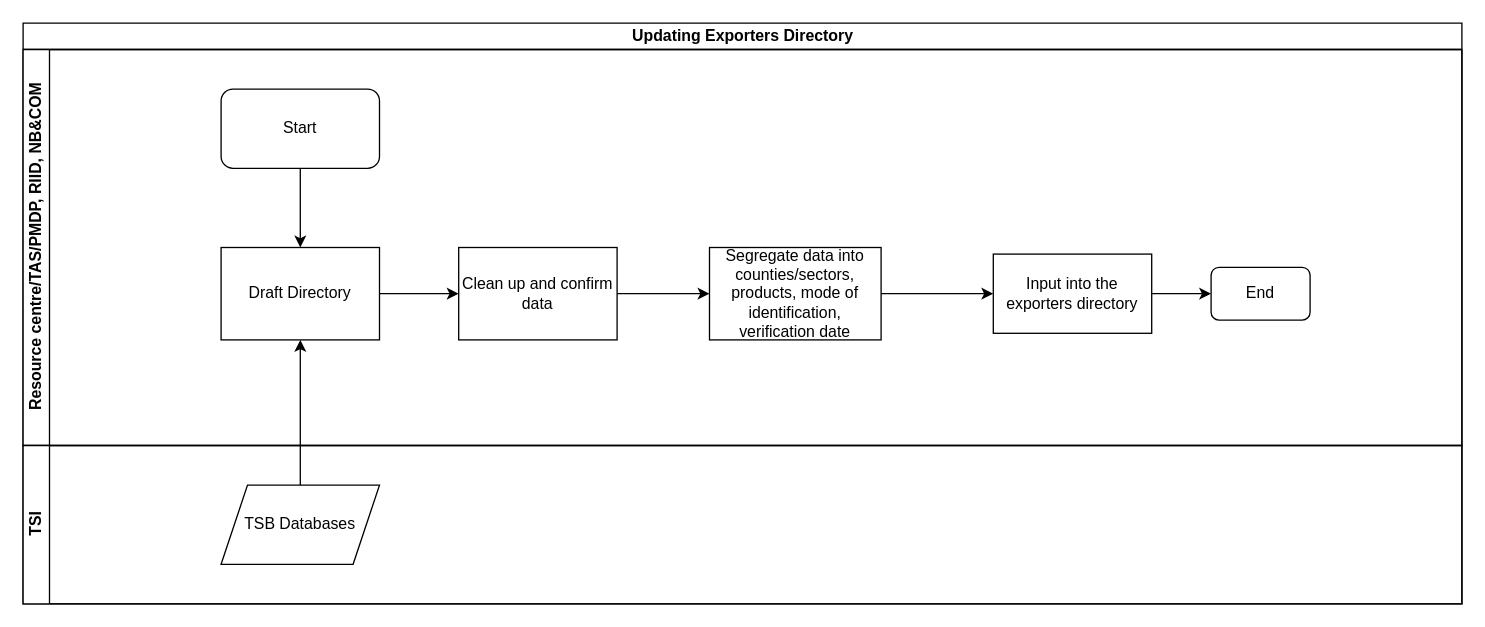
Earlier version of the draw.io diagram Updating exporters Directory.drawio (kmagua/flowcharts). Source tidied: cells renumbered, new cells numbered last; positions are measured from the earlier drawing's top-left corner, leaving out a move shared by most shapes. Both pictures are drawn from the tidied source at 132%, with x=0, y=0 at pixel (22, 22).
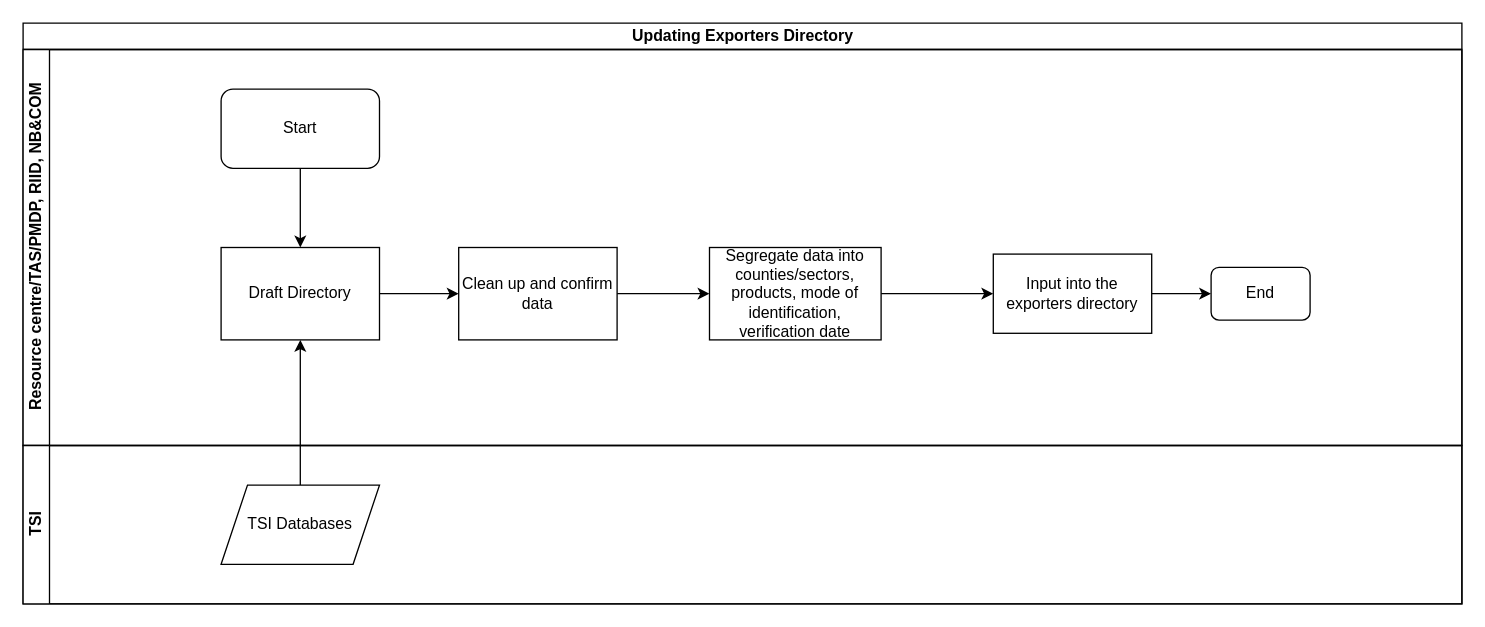
Above is the later version.

Change to the diagram source:
```diff
@@
 <mxGraphModel>
   <root>
     <mxCell id="0" />
     <mxCell id="1" parent="0" />
     <mxCell id="2" value="Updating Exporters Directory" style="swimlane;html=1;horizontal=1;startSize=20;" parent="1" vertex="1">
       <mxGeometry width="1090" height="440" as="geometry" />
     </mxCell>
     <mxCell id="3" value="Resource centre/TAS/PMDP, RIID, NB&amp;amp;COM" style="swimlane;html=1;startSize=20;horizontal=0;" parent="2" vertex="1">
       <mxGeometry y="20" width="1090" height="300" as="geometry" />
     </mxCell>
     <mxCell id="4" value="Start" style="rounded=1;whiteSpace=wrap;html=1;" parent="3" vertex="1">
       <mxGeometry x="150" y="30" width="120" height="60" as="geometry" />
     </mxCell>
     <mxCell id="5" value="End" style="rounded=1;whiteSpace=wrap;html=1;" parent="3" vertex="1">
       <mxGeometry x="900" y="165" width="75" height="40" as="geometry" />
     </mxCell>
     <mxCell id="6" value="Draft Directory" style="rounded=0;whiteSpace=wrap;html=1;" parent="3" vertex="1">
       <mxGeometry x="150" y="150" width="120" height="70" as="geometry" />
     </mxCell>
     <mxCell id="7" style="edgeStyle=orthogonalEdgeStyle;rounded=0;jettySize=auto;html=1;entryX=0.5;entryY=0;entryDx=0;entryDy=0;" parent="3" edge="1" source="4" target="6">
       <mxGeometry relative="1" as="geometry" />
     </mxCell>
     <mxCell id="8" value="TSI" style="swimlane;html=1;startSize=20;horizontal=0;" parent="2" vertex="1">
       <mxGeometry y="320" width="1090" height="120" as="geometry" />
     </mxCell>
-    <mxCell id="9" value="TSB Databases" style="shape=parallelogram;perimeter=parallelogramPerimeter;whiteSpace=wrap;html=1;fixedSize=1;" parent="8" vertex="1">
+    <mxCell id="9" value="TSI Databases" style="shape=parallelogram;perimeter=parallelogramPerimeter;whiteSpace=wrap;html=1;fixedSize=1;" parent="8" vertex="1">
       <mxGeometry x="150" y="30" width="120" height="60" as="geometry" />
     </mxCell>
     <mxCell id="10" style="endArrow=classic;html=1;entryX=0.5;entryY=1;entryDx=0;entryDy=0;" parent="2" edge="1" target="6">
       <mxGeometry relative="1" as="geometry">
         <mxPoint x="210" y="350" as="sourcePoint" />
       </mxGeometry>
     </mxCell>
     <mxCell id="11" style="edgeStyle=orthogonalEdgeStyle;rounded=0;jettySize=auto;html=1;" parent="1" edge="1" source="12" target="15">
       <mxGeometry relative="1" as="geometry" />
     </mxCell>
     <mxCell id="12" value="Clean up and confirm data" style="whiteSpace=wrap;html=1;rounded=0;" parent="1" vertex="1">
       <mxGeometry x="330" y="170" width="120" height="70" as="geometry" />
     </mxCell>
     <mxCell id="13" style="edgeStyle=orthogonalEdgeStyle;rounded=0;jettySize=auto;html=1;" parent="1" edge="1" source="6" target="12">
       <mxGeometry relative="1" as="geometry" />
     </mxCell>
     <mxCell id="14" style="edgeStyle=orthogonalEdgeStyle;rounded=0;jettySize=auto;html=1;" parent="1" edge="1" source="15" target="17">
       <mxGeometry relative="1" as="geometry" />
     </mxCell>
     <mxCell id="15" value="Segregate data into counties/sectors, products, mode of identification, verification date" style="whiteSpace=wrap;html=1;rounded=0;" parent="1" vertex="1">
       <mxGeometry x="520" y="170" width="130" height="70" as="geometry" />
     </mxCell>
     <mxCell id="16" style="edgeStyle=orthogonalEdgeStyle;rounded=0;jettySize=auto;html=1;" parent="1" edge="1" source="17">
       <mxGeometry relative="1" as="geometry">
         <mxPoint x="900" y="205" as="targetPoint" />
       </mxGeometry>
     </mxCell>
     <mxCell id="17" value="Input into the exporters directory" style="whiteSpace=wrap;html=1;rounded=0;" parent="1" vertex="1">
       <mxGeometry x="735" y="175" width="120" height="60" as="geometry" />
     </mxCell>
   </root>
 </mxGraphModel>
```
